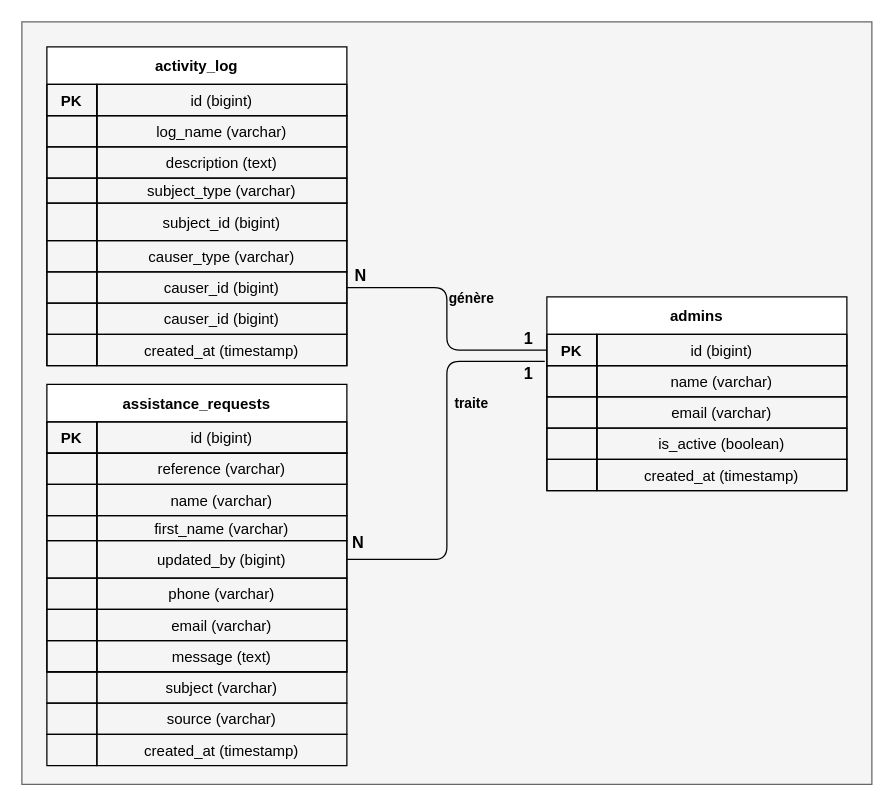
Earlier version of the draw.io diagram diagramme/sprint5/classe.drawio (salmaelheni/pfe-salma-ingenieur-rapport). Source tidied: cells renumbered, new cells numbered last; positions are measured from the earlier drawing's top-left corner, leaving out a move shared by most shapes. Both pictures are drawn from the tidied source at 125%, with x=0, y=0 at pixel (21, 21).
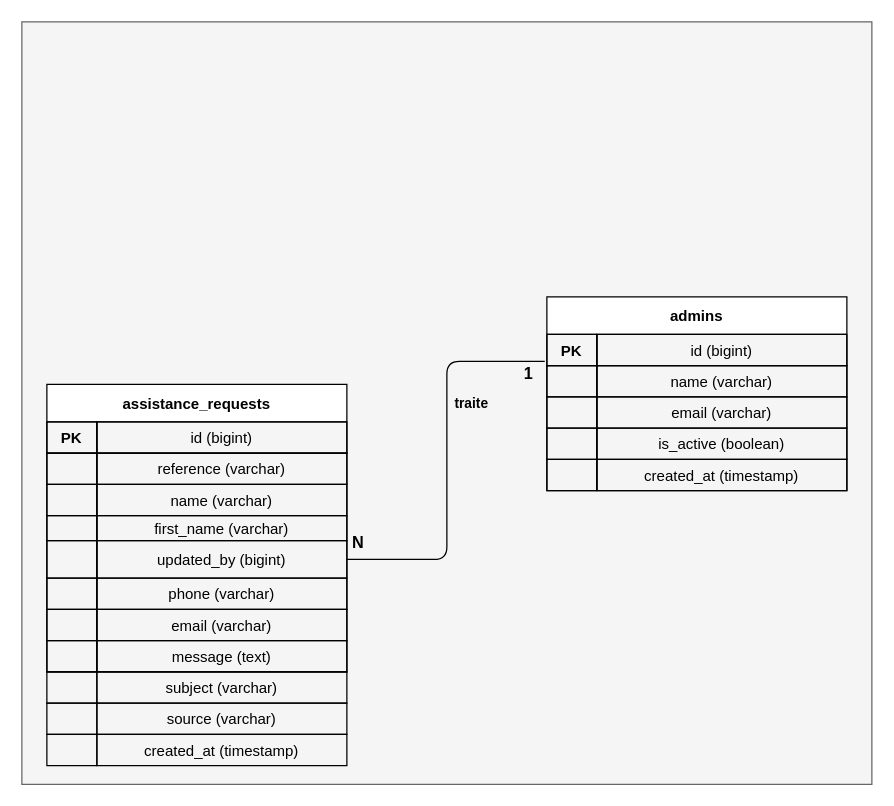
The same page after the edit.

Unchanged cells that the change refers to:
```xml
<mxCell id="32" style="shape=tableRow;horizontal=0;startSize=0;swimlaneHead=0;swimlaneBody=0;fillColor=none;points=[[0,0.5],[1,0.5]];portConstraint=eastwest;top=0;left=0;right=0;bottom=1;labelBackgroundColor=none;" parent="31" vertex="1">
  <mxGeometry y="30" width="240" height="25" as="geometry" />
</mxCell>
```

Diff of the diagram source:
```diff
@@
-    <mxCell id="3" value="activity_log" style="shape=table;startSize=30;childLayout=tableLayout;rowLines=0;fontStyle=1;align=center;labelBackgroundColor=none;" parent="1" vertex="1">
-      <mxGeometry x="20" y="20" width="240" height="255" as="geometry" />
-    </mxCell>
-    <mxCell id="4" style="shape=tableRow;horizontal=0;startSize=0;swimlaneHead=0;swimlaneBody=0;fillColor=none;top=0;left=0;right=0;bottom=1;labelBackgroundColor=none;" parent="3" vertex="1">
-      <mxGeometry y="30" width="240" height="25" as="geometry" />
-    </mxCell>
-    <mxCell id="5" value="PK" style="shape=partialRectangle;fillColor=none;fontStyle=1;overflow=hidden;labelBackgroundColor=none;" parent="4" vertex="1">
-      <mxGeometry width="40" height="25" as="geometry" />
-    </mxCell>
-    <mxCell id="6" value="id (bigint)" style="shape=partialRectangle;fillColor=none;overflow=hidden;labelBackgroundColor=none;" parent="4" vertex="1">
-      <mxGeometry x="40" width="200" height="25" as="geometry" />
-    </mxCell>
-    <mxCell id="7" style="shape=tableRow;horizontal=0;startSize=0;swimlaneHead=0;swimlaneBody=0;fillColor=none;top=0;left=0;right=0;bottom=0;labelBackgroundColor=none;" parent="3" vertex="1">
-      <mxGeometry y="55" width="240" height="25" as="geometry" />
-    </mxCell>
-    <mxCell id="8" style="shape=partialRectangle;fillColor=none;overflow=hidden;labelBackgroundColor=none;" parent="7" vertex="1">
-      <mxGeometry width="40" height="25" as="geometry" />
-    </mxCell>
-    <mxCell id="9" value="log_name (varchar)" style="shape=partialRectangle;fillColor=none;overflow=hidden;labelBackgroundColor=none;" parent="7" vertex="1">
-      <mxGeometry x="40" width="200" height="25" as="geometry" />
-    </mxCell>
-    <mxCell id="10" style="shape=tableRow;horizontal=0;startSize=0;swimlaneHead=0;swimlaneBody=0;fillColor=none;top=0;left=0;right=0;bottom=0;labelBackgroundColor=none;" parent="3" vertex="1">
-      <mxGeometry y="80" width="240" height="25" as="geometry" />
-    </mxCell>
-    <mxCell id="11" style="shape=partialRectangle;fillColor=none;overflow=hidden;labelBackgroundColor=none;" parent="10" vertex="1">
-      <mxGeometry width="40" height="25" as="geometry" />
-    </mxCell>
-    <mxCell id="12" value="description (text)" style="shape=partialRectangle;fillColor=none;overflow=hidden;labelBackgroundColor=none;" parent="10" vertex="1">
-      <mxGeometry x="40" width="200" height="25" as="geometry" />
-    </mxCell>
-    <mxCell id="13" style="shape=tableRow;horizontal=0;startSize=0;swimlaneHead=0;swimlaneBody=0;fillColor=none;top=0;left=0;right=0;bottom=0;labelBackgroundColor=none;" parent="3" vertex="1">
-      <mxGeometry y="105" width="240" height="20" as="geometry" />
-    </mxCell>
-    <mxCell id="14" style="shape=partialRectangle;fillColor=none;overflow=hidden;labelBackgroundColor=none;" parent="13" vertex="1">
-      <mxGeometry width="40" height="20" as="geometry" />
-    </mxCell>
-    <mxCell id="15" value="subject_type (varchar)" style="shape=partialRectangle;fillColor=none;overflow=hidden;labelBackgroundColor=none;" parent="13" vertex="1">
-      <mxGeometry x="40" width="200" height="20" as="geometry" />
-    </mxCell>
-    <mxCell id="16" style="shape=tableRow;horizontal=0;startSize=0;swimlaneHead=0;swimlaneBody=0;fillColor=none;top=0;left=0;right=0;bottom=0;labelBackgroundColor=none;" parent="3" vertex="1">
-      <mxGeometry y="125" width="240" height="30" as="geometry" />
-    </mxCell>
-    <mxCell id="17" style="shape=partialRectangle;fillColor=none;overflow=hidden;labelBackgroundColor=none;" parent="16" vertex="1">
-      <mxGeometry width="40" height="30" as="geometry" />
-    </mxCell>
-    <mxCell id="18" value="subject_id (bigint)" style="shape=partialRectangle;fillColor=none;overflow=hidden;labelBackgroundColor=none;" parent="16" vertex="1">
-      <mxGeometry x="40" width="200" height="30" as="geometry" />
-    </mxCell>
-    <mxCell id="19" style="shape=tableRow;horizontal=0;startSize=0;swimlaneHead=0;swimlaneBody=0;fillColor=none;top=0;left=0;right=0;bottom=0;labelBackgroundColor=none;" parent="3" vertex="1">
-      <mxGeometry y="155" width="240" height="25" as="geometry" />
-    </mxCell>
-    <mxCell id="20" style="shape=partialRectangle;fillColor=none;overflow=hidden;labelBackgroundColor=none;" parent="19" vertex="1">
-      <mxGeometry width="40" height="25" as="geometry" />
-    </mxCell>
-    <mxCell id="21" value="causer_type (varchar)" style="shape=partialRectangle;fillColor=none;overflow=hidden;labelBackgroundColor=none;" parent="19" vertex="1">
-      <mxGeometry x="40" width="200" height="25" as="geometry" />
-    </mxCell>
-    <mxCell id="22" style="shape=tableRow;horizontal=0;startSize=0;swimlaneHead=0;swimlaneBody=0;fillColor=none;points=[[0,0.5],[1,0.5]];portConstraint=eastwest;top=0;left=0;right=0;bottom=0;labelBackgroundColor=none;" parent="3" vertex="1">
-      <mxGeometry y="180" width="240" height="25" as="geometry" />
-    </mxCell>
-    <mxCell id="23" style="shape=partialRectangle;fillColor=none;overflow=hidden;labelBackgroundColor=none;" parent="22" vertex="1">
-      <mxGeometry width="40" height="25" as="geometry" />
-    </mxCell>
-    <mxCell id="24" value="causer_id (bigint)" style="shape=partialRectangle;fillColor=none;overflow=hidden;labelBackgroundColor=none;" parent="22" vertex="1">
-      <mxGeometry x="40" width="200" height="25" as="geometry" />
-    </mxCell>
-    <mxCell id="25" style="shape=tableRow;horizontal=0;startSize=0;swimlaneHead=0;swimlaneBody=0;fillColor=none;top=0;left=0;right=0;bottom=0;labelBackgroundColor=none;" parent="3" vertex="1">
-      <mxGeometry y="205" width="240" height="25" as="geometry" />
-    </mxCell>
-    <mxCell id="26" style="shape=partialRectangle;fillColor=none;overflow=hidden;labelBackgroundColor=none;" parent="25" vertex="1">
-      <mxGeometry width="40" height="25" as="geometry" />
-    </mxCell>
-    <mxCell id="27" value="causer_id (bigint)" style="shape=partialRectangle;fillColor=none;overflow=hidden;labelBackgroundColor=none;" parent="25" vertex="1">
-      <mxGeometry x="40" width="200" height="25" as="geometry" />
-    </mxCell>
-    <mxCell id="28" style="shape=tableRow;horizontal=0;startSize=0;swimlaneHead=0;swimlaneBody=0;fillColor=none;top=0;left=0;right=0;bottom=0;labelBackgroundColor=none;" parent="3" vertex="1">
-      <mxGeometry y="230" width="240" height="25" as="geometry" />
-    </mxCell>
-    <mxCell id="29" style="shape=partialRectangle;fillColor=none;overflow=hidden;labelBackgroundColor=none;" parent="28" vertex="1">
-      <mxGeometry width="40" height="25" as="geometry" />
-    </mxCell>
-    <mxCell id="30" value="created_at (timestamp)" style="shape=partialRectangle;fillColor=none;overflow=hidden;labelBackgroundColor=none;" parent="28" vertex="1">
-      <mxGeometry x="40" width="200" height="25" as="geometry" />
-    </mxCell>
@@
-    <mxCell id="47" value="génère" style="edgeStyle=orthogonalEdgeStyle;endArrow=none;startArrow=none;fontSize=11;fontStyle=1;exitX=0;exitY=0.5;exitDx=0;exitDy=0;labelBackgroundColor=none;fontColor=default;" parent="1" edge="1" source="32" target="22">
-      <mxGeometry x="0.17" y="-20" relative="1" as="geometry">
-        <mxPoint y="1" as="offset" />
-      </mxGeometry>
-    </mxCell>
-    <mxCell id="48" value="1" style="html=1;align=left;verticalAlign=bottom;labelBackgroundColor=none;fontSize=13;fontStyle=1;" parent="47" vertex="1">
-      <mxGeometry x="-1" relative="1" as="geometry">
-        <mxPoint x="-20" as="offset" />
-      </mxGeometry>
-    </mxCell>
-    <mxCell id="49" value="N" style="html=1;align=right;verticalAlign=bottom;labelBackgroundColor=none;fontSize=13;fontStyle=1;" parent="47" vertex="1">
-      <mxGeometry x="1" relative="1" as="geometry">
-        <mxPoint x="16" as="offset" />
-      </mxGeometry>
-    </mxCell>
```
